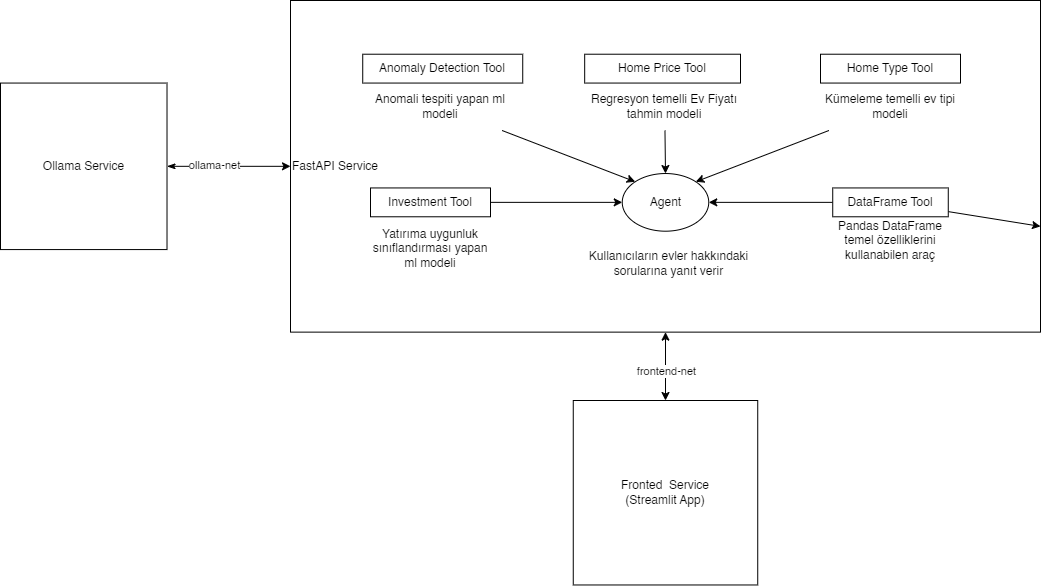
Earlier version of the draw.io export docs/diagrams/project_diagram.png (MuhammetAliVarlik/RealEstateAI). Source tidied: cells renumbered, new cells last; positions are measured from the earlier drawing's top-left corner, leaving out a move shared by most shapes. The source it was exported from:
```xml
<mxGraphModel>
  <root>
    <mxCell id="0" />
    <mxCell id="1" parent="0" />
    <mxCell id="2" value="FastAPI Service" style="rounded=0;whiteSpace=wrap;html=1;fillColor=none;align=left;" parent="1" vertex="1">
      <mxGeometry x="290" width="750" height="331.6" as="geometry" />
    </mxCell>
    <mxCell id="3" style="edgeStyle=none;html=1;entryX=0;entryY=0.5;entryDx=0;entryDy=0;startArrow=classicThin;startFill=1;" parent="1" edge="1" source="5" target="2">
      <mxGeometry relative="1" as="geometry" />
    </mxCell>
    <mxCell id="4" value="ollama-net" style="edgeLabel;html=1;align=center;verticalAlign=middle;" parent="3" vertex="1">
      <mxGeometry x="-0.24" y="2" relative="1" as="geometry" />
    </mxCell>
    <mxCell id="5" value="Ollama Service" style="whiteSpace=wrap;html=1;" parent="1" vertex="1">
      <mxGeometry y="82.6" width="166.5" height="166.5" as="geometry" />
    </mxCell>
    <mxCell id="6" style="edgeStyle=none;html=1;entryX=0;entryY=0.5;entryDx=0;entryDy=0;" parent="1" edge="1" source="7" target="13">
      <mxGeometry relative="1" as="geometry" />
    </mxCell>
    <mxCell id="7" value="Investment Tool" style="rounded=0;whiteSpace=wrap;html=1;" parent="1" vertex="1">
      <mxGeometry x="370" y="187.4" width="120" height="28.8" as="geometry" />
    </mxCell>
    <mxCell id="8" value="Home Type Tool" style="rounded=0;whiteSpace=wrap;html=1;" parent="1" vertex="1">
      <mxGeometry x="820" y="53.7" width="140" height="28.8" as="geometry" />
    </mxCell>
    <mxCell id="9" value="Anomaly Detection Tool" style="rounded=0;whiteSpace=wrap;html=1;" parent="1" vertex="1">
      <mxGeometry x="362.2" y="53.7" width="160" height="28.8" as="geometry" />
    </mxCell>
    <mxCell id="10" style="edgeStyle=none;html=1;entryX=0.5;entryY=1;entryDx=0;entryDy=0;startArrow=classic;startFill=1;" parent="1" edge="1" source="12" target="2">
      <mxGeometry relative="1" as="geometry" />
    </mxCell>
    <mxCell id="11" value="frontend-net" style="edgeLabel;html=1;align=center;verticalAlign=middle;" parent="10" vertex="1">
      <mxGeometry x="0.19" y="2" relative="1" as="geometry">
        <mxPoint x="2" y="10" as="offset" />
      </mxGeometry>
    </mxCell>
    <mxCell id="12" value="Fronted&amp;nbsp; Service&lt;div&gt;(Streamlit App)&lt;/div&gt;" style="whiteSpace=wrap;html=1;" parent="1" vertex="1">
      <mxGeometry x="572.8" y="400" width="184.5" height="184.5" as="geometry" />
    </mxCell>
    <mxCell id="13" value="Agent" style="ellipse;whiteSpace=wrap;html=1;" parent="1" vertex="1">
      <mxGeometry x="621.7" y="173" width="86.5" height="57.7" as="geometry" />
    </mxCell>
    <mxCell id="14" value="&lt;font&gt;Kullanıcıların evler hakkındaki sorularına yanıt verir&lt;/font&gt;" style="text;html=1;align=center;verticalAlign=middle;whiteSpace=wrap;rounded=0;labelPosition=center;verticalLabelPosition=middle;fontSize=12;" parent="1" vertex="1">
      <mxGeometry x="584.2" y="230.7" width="169.1" height="64.4" as="geometry" />
    </mxCell>
    <mxCell id="15" value="Home Price Tool" style="rounded=0;whiteSpace=wrap;html=1;" parent="1" vertex="1">
      <mxGeometry x="584.2" y="53.7" width="155.8" height="28.8" as="geometry" />
    </mxCell>
    <mxCell id="16" style="edgeStyle=none;html=1;" parent="1" edge="1" source="18" target="2">
      <mxGeometry relative="1" as="geometry" />
    </mxCell>
    <mxCell id="17" style="edgeStyle=none;html=1;" parent="1" edge="1" source="18" target="13">
      <mxGeometry relative="1" as="geometry" />
    </mxCell>
    <mxCell id="18" value="DataFrame Tool" style="rounded=0;whiteSpace=wrap;html=1;" parent="1" vertex="1">
      <mxGeometry x="832.2" y="187.4" width="115.5" height="28.8" as="geometry" />
    </mxCell>
    <mxCell id="19" value="&lt;font&gt;Yatırıma uygunluk sınıflandırması yapan ml modeli&lt;/font&gt;" style="text;html=1;align=center;verticalAlign=middle;whiteSpace=wrap;rounded=0;labelPosition=center;verticalLabelPosition=middle;fontSize=12;" parent="1" vertex="1">
      <mxGeometry x="370" y="216.3" width="120" height="64.4" as="geometry" />
    </mxCell>
    <mxCell id="20" style="edgeStyle=none;html=1;entryX=0;entryY=0;entryDx=0;entryDy=0;" parent="1" edge="1" source="21" target="13">
      <mxGeometry relative="1" as="geometry" />
    </mxCell>
    <mxCell id="21" value="&lt;font&gt;Anomali tespiti yapan ml modeli&lt;/font&gt;" style="text;html=1;align=center;verticalAlign=middle;whiteSpace=wrap;rounded=0;labelPosition=center;verticalLabelPosition=middle;fontSize=12;" parent="1" vertex="1">
      <mxGeometry x="360" y="82.6" width="160" height="47.4" as="geometry" />
    </mxCell>
    <mxCell id="22" style="edgeStyle=none;html=1;entryX=0.5;entryY=0;entryDx=0;entryDy=0;" parent="1" edge="1" source="23" target="13">
      <mxGeometry relative="1" as="geometry" />
    </mxCell>
    <mxCell id="23" value="&lt;font&gt;Regresyon temelli Ev Fiyatı tahmin modeli&lt;/font&gt;" style="text;html=1;align=center;verticalAlign=middle;whiteSpace=wrap;rounded=0;labelPosition=center;verticalLabelPosition=middle;fontSize=12;" parent="1" vertex="1">
      <mxGeometry x="584.2" y="82.6" width="160" height="47.4" as="geometry" />
    </mxCell>
    <mxCell id="24" style="edgeStyle=none;html=1;entryX=1;entryY=0;entryDx=0;entryDy=0;" parent="1" edge="1" source="25" target="13">
      <mxGeometry relative="1" as="geometry" />
    </mxCell>
    <mxCell id="25" value="Kümeleme temelli ev tipi modeli" style="text;html=1;align=center;verticalAlign=middle;whiteSpace=wrap;rounded=0;labelPosition=center;verticalLabelPosition=middle;fontSize=12;" parent="1" vertex="1">
      <mxGeometry x="820" y="82.6" width="140" height="47.4" as="geometry" />
    </mxCell>
    <mxCell id="26" value="&lt;font&gt;Pandas DataFrame temel özelliklerini kullanabilen araç&lt;/font&gt;" style="text;html=1;align=center;verticalAlign=middle;whiteSpace=wrap;rounded=0;labelPosition=center;verticalLabelPosition=middle;fontSize=12;" parent="1" vertex="1">
      <mxGeometry x="831.1" y="216.3" width="117.8" height="47.4" as="geometry" />
    </mxCell>
  </root>
</mxGraphModel>
```
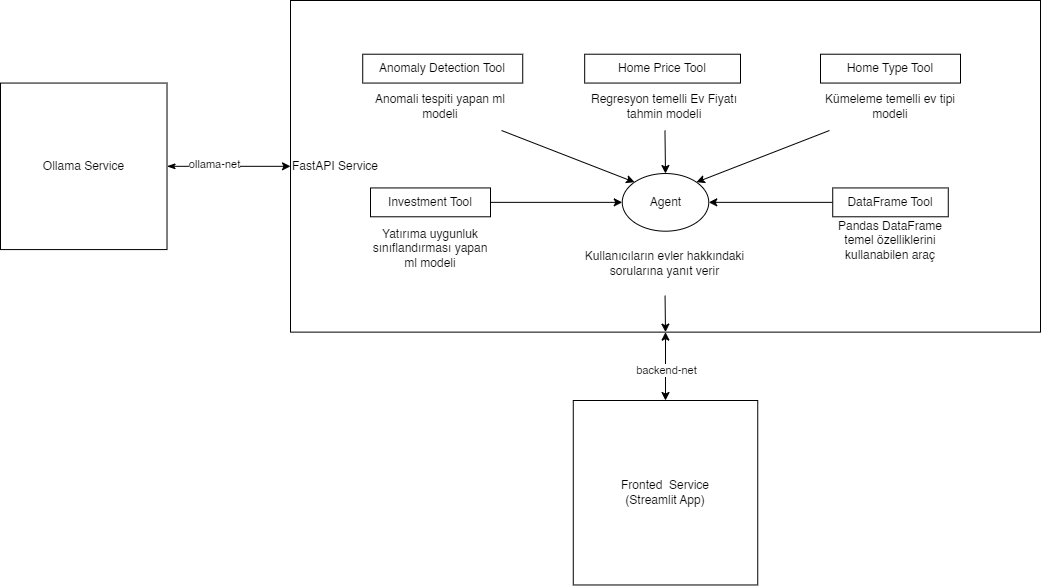
The same diagram one commit later.

The edit, as a diff of the source:
```diff
@@ -29,7 +29,7 @@
     <mxCell id="10" style="edgeStyle=none;html=1;entryX=0.5;entryY=1;entryDx=0;entryDy=0;startArrow=classic;startFill=1;" parent="1" edge="1" source="12" target="2">
       <mxGeometry relative="1" as="geometry" />
     </mxCell>
-    <mxCell id="11" value="frontend-net" style="edgeLabel;html=1;align=center;verticalAlign=middle;" parent="10" vertex="1">
+    <mxCell id="11" value="backend-net" style="edgeLabel;html=1;align=center;verticalAlign=middle;" parent="10" vertex="1">
       <mxGeometry x="0.19" y="2" relative="1" as="geometry">
         <mxPoint x="2" y="10" as="offset" />
       </mxGeometry>
@@ -40,15 +40,15 @@
     <mxCell id="13" value="Agent" style="ellipse;whiteSpace=wrap;html=1;" parent="1" vertex="1">
       <mxGeometry x="621.7" y="173" width="86.5" height="57.7" as="geometry" />
     </mxCell>
+    <mxCell id="27" style="edgeStyle=none;html=1;entryX=0.5;entryY=1;entryDx=0;entryDy=0;" parent="1" edge="1" source="14" target="2">
+      <mxGeometry relative="1" as="geometry" />
+    </mxCell>
     <mxCell id="14" value="&lt;font&gt;Kullanıcıların evler hakkındaki sorularına yanıt verir&lt;/font&gt;" style="text;html=1;align=center;verticalAlign=middle;whiteSpace=wrap;rounded=0;labelPosition=center;verticalLabelPosition=middle;fontSize=12;" parent="1" vertex="1">
-      <mxGeometry x="584.2" y="230.7" width="169.1" height="64.4" as="geometry" />
+      <mxGeometry x="579.6" y="230.7" width="169.1" height="64.4" as="geometry" />
     </mxCell>
     <mxCell id="15" value="Home Price Tool" style="rounded=0;whiteSpace=wrap;html=1;" parent="1" vertex="1">
       <mxGeometry x="584.2" y="53.7" width="155.8" height="28.8" as="geometry" />
     </mxCell>
-    <mxCell id="16" style="edgeStyle=none;html=1;" parent="1" edge="1" source="18" target="2">
-      <mxGeometry relative="1" as="geometry" />
-    </mxCell>
     <mxCell id="17" style="edgeStyle=none;html=1;" parent="1" edge="1" source="18" target="13">
       <mxGeometry relative="1" as="geometry" />
     </mxCell>
```
